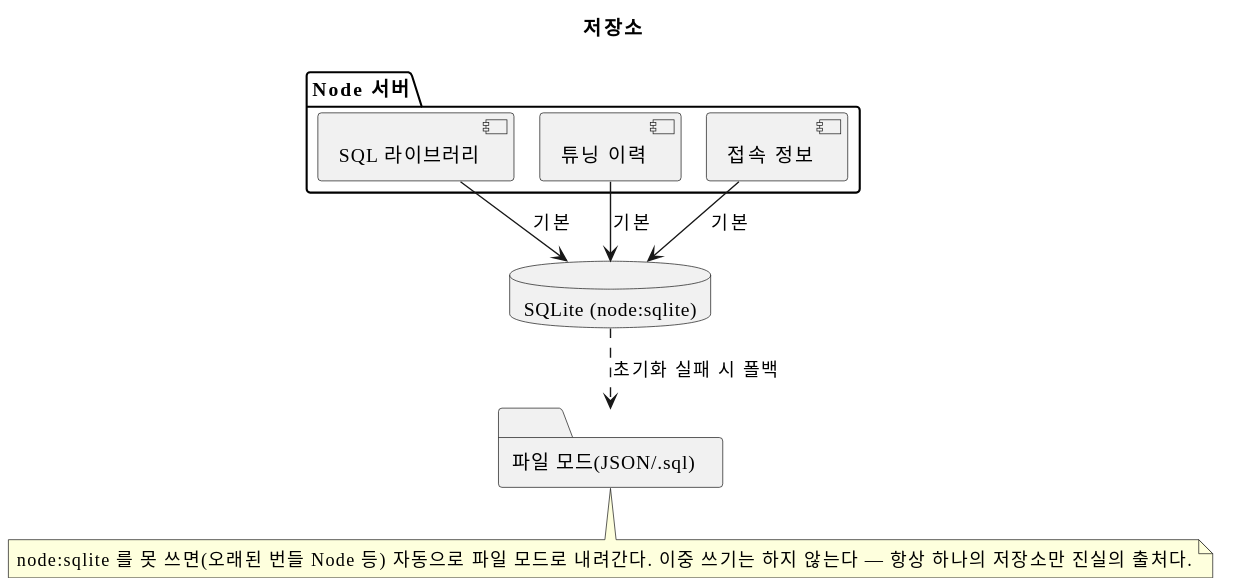
Before: web/design/storage.ko.svg, a diagram exported from PlantUML (farmerkweon/OracleTuner).
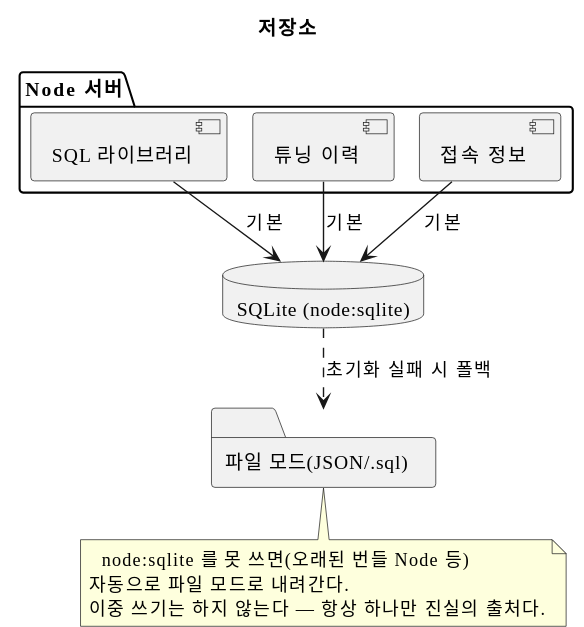
The same diagram one commit later.

What changed in the source:
```diff
@@ -19,6 +19,8 @@
 SQLITE ..> FILES : 초기화 실패 시 폴백
 
 note bottom of FILES
-  node:sqlite 를 못 쓰면(오래된 번들 Node 등) 자동으로 파일 모드로 내려간다. 이중 쓰기는 하지 않는다 — 항상 하나의 저장소만 진실의 출처다.
+  node:sqlite 를 못 쓰면(오래된 번들 Node 등)
+자동으로 파일 모드로 내려간다.
+이중 쓰기는 하지 않는다 — 항상 하나만 진실의 출처다.
 end note
 @enduml
```
